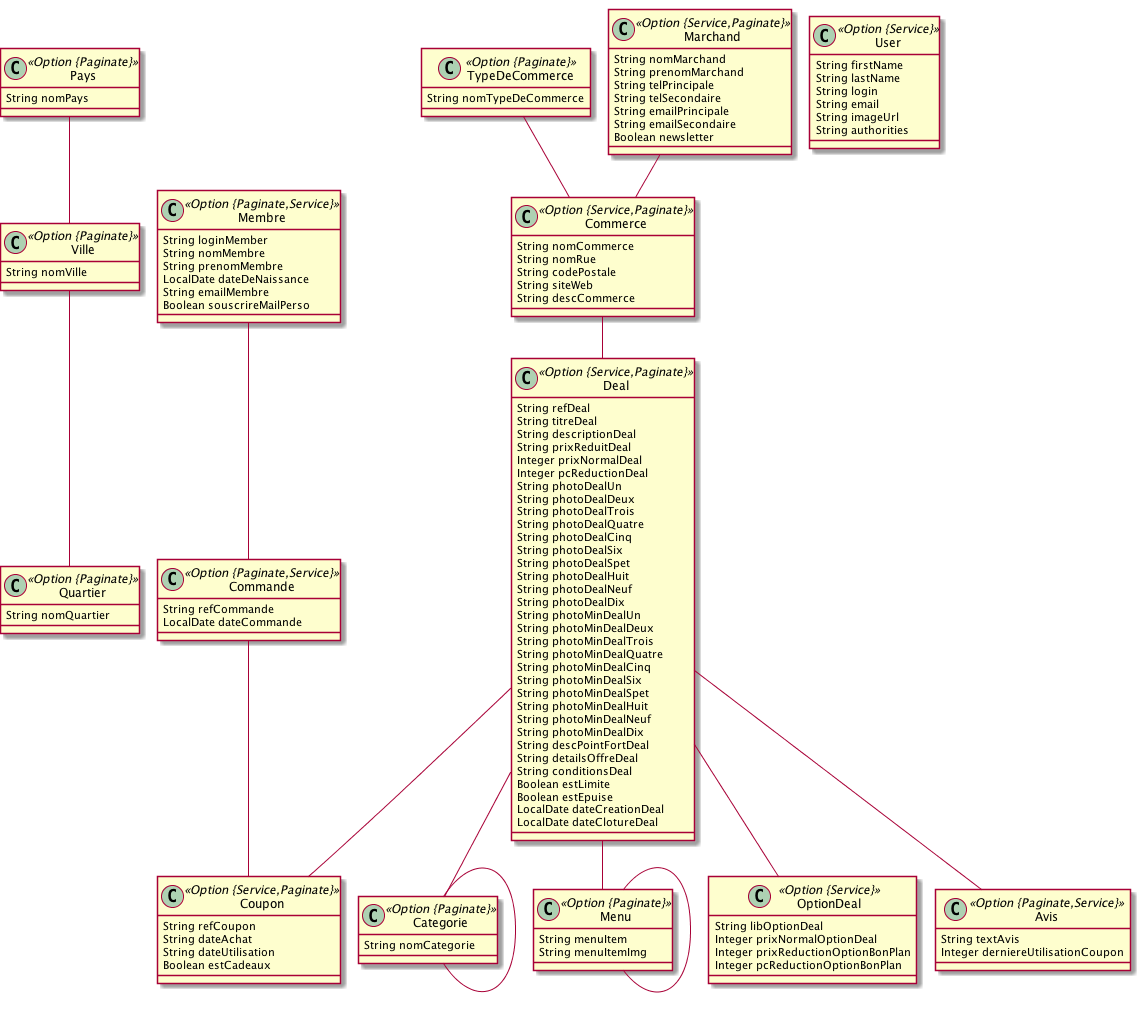
This is koupon-jdl-file_new.png from ElomAtsouAgboka/koupon, a PlantUML export, as it was before one commit. Source of this version:
```plantuml
@startuml
	!pragma graphviz_dot jdot
	!pragma syntax class
	class Pays <<Option {Paginate}>> {
		String nomPays
	}
	class Ville <<Option {Paginate}>> {
		String nomVille
	}
	class Quartier <<Option {Paginate}>> {
		String nomQuartier
	}
	class Categorie <<Option {Paginate}>> {
		String nomCategorie
	}
	class Menu <<Option {Paginate}>> {
		String menuItem
		String menuItemImg
	}
	class TypeDeCommerce <<Option {Paginate}>> {
		String nomTypeDeCommerce
	}
	class Commerce <<Option {Service,Paginate}>> {
		String nomCommerce
		String nomRue
		String codePostale
		String siteWeb
		String descCommerce
	}
	class Marchand <<Option {Service,Paginate}>> {
		String nomMarchand
		String prenomMarchand
		String telPrincipale
		String telSecondaire
		String emailPrincipale
		String emailSecondaire
		Boolean newsletter
	}
	class Deal <<Option {Service,Paginate}>> {
		String refDeal
		String titreDeal
		String descriptionDeal
		String prixReduitDeal
		Integer prixNormalDeal
		Integer pcReductionDeal
		String photoDealUn
		String photoDealDeux
		String photoDealTrois
		String photoDealQuatre
		String photoDealCinq
		String photoDealSix
		String photoDealSpet
		String photoDealHuit
		String photoDealNeuf
		String photoDealDix
		String photoMinDealUn
		String photoMinDealDeux
		String photoMinDealTrois
		String photoMinDealQuatre
		String photoMinDealCinq
		String photoMinDealSix
		String photoMinDealSpet
		String photoMinDealHuit
		String photoMinDealNeuf
		String photoMinDealDix
		String descPointFortDeal
		String detailsOffreDeal
		String conditionsDeal
		Boolean estLimite
		Boolean estEpuise
		LocalDate dateCreationDeal
		LocalDate dateClotureDeal
	}
	class OptionDeal <<Option {Service}>> {
		String libOptionDeal
		Integer prixNormalOptionDeal
		Integer prixReductionOptionBonPlan
		Integer pcReductionOptionBonPlan
	}
	class Coupon <<Option {Service,Paginate}>> {
		String refCoupon
		String dateAchat
		String dateUtilisation
		Boolean estCadeaux
	}
	class Avis <<Option {Paginate,Service}>> {
		String textAvis
		Integer derniereUtilisationCoupon
	}
	class Membre <<Option {Paginate,Service}>> {
		String loginMember
		String nomMembre
		String prenomMembre
		LocalDate dateDeNaissance
		String emailMembre
		Boolean souscrireMailPerso
	}
	class Commande <<Option {Paginate,Service}>> {
		String refCommande
		LocalDate dateCommande
	}
	Pays  "ville 0..1 " --o "pays(nomPays) 0..* "  Ville
	Ville  "quartier 0..1 " --o "ville(nomVille) 0..* "  Quartier
	Categorie  "categorie 0..1 " --o "categorieParent(nomCategorie) 0..* "  Categorie
	Menu  "menu 0..1 " --o "menuParent(menuItem) 0..* "  Menu
	TypeDeCommerce  "commerce 0..1 " --o "typedecommerce(nomTypeDeCommerce) 0..* "  Commerce
	Marchand  "commerce 0..1 " --o "marchand(nomMarchand) 0..* "  Commerce
	Commerce  "deal 0..1 " --o "commerce(nomCommerce) 0..* "  Deal
	Deal  "optiondeal 0..1 " --o "deal(refDeal) 0..* "  OptionDeal
	Deal  "coupon 0..1 " --o "deal(refDeal) 0..* "  Coupon
	Deal  "avis 0..1 " --o "deal(refDeal) 0..* "  Avis
	Membre  "commande 0..1 " --o "membre(loginMember) 0..* "  Commande
	Commande  "coupon 0..1 " --o "commande(refCommande) 0..* "  Coupon
	Deal  "menu 0..* " o--o "deal 0..* "  Menu
	Deal  "categorie 0..* " o--o "deal 0..* "  Categorie
	class User <<Option {Service}>> {
		String firstName
		String lastName
		String login
		String email
		String imageUrl
		String authorities
	}
@enduml
```
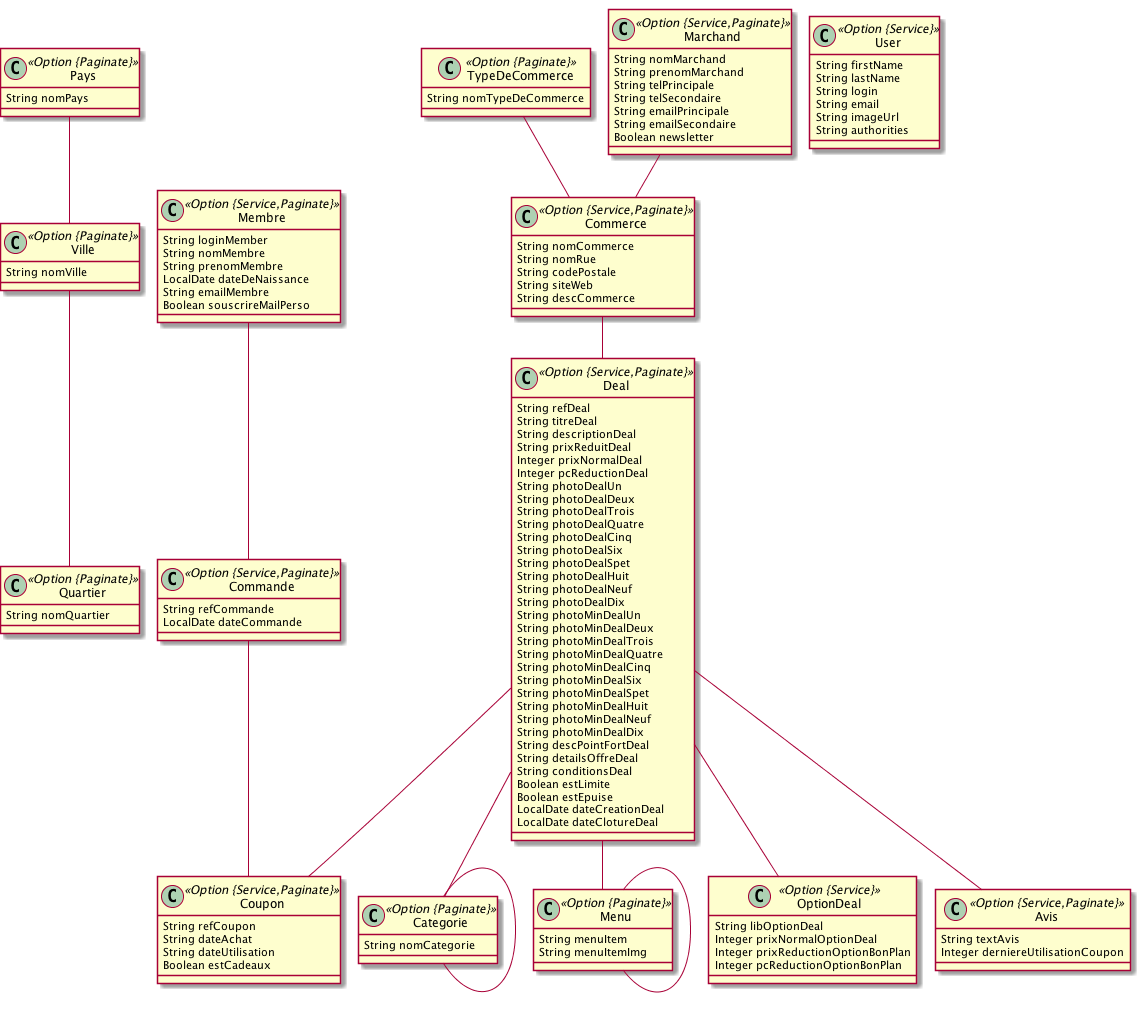
Later version of the same file.

Diff of the diagram source:
```diff
@@ -83,11 +83,11 @@
 		String dateUtilisation
 		Boolean estCadeaux
 	}
-	class Avis <<Option {Paginate,Service}>> {
+	class Avis <<Option {Service,Paginate}>> {
 		String textAvis
 		Integer derniereUtilisationCoupon
 	}
-	class Membre <<Option {Paginate,Service}>> {
+	class Membre <<Option {Service,Paginate}>> {
 		String loginMember
 		String nomMembre
 		String prenomMembre
@@ -95,7 +95,7 @@
 		String emailMembre
 		Boolean souscrireMailPerso
 	}
-	class Commande <<Option {Paginate,Service}>> {
+	class Commande <<Option {Service,Paginate}>> {
 		String refCommande
 		LocalDate dateCommande
 	}
```
